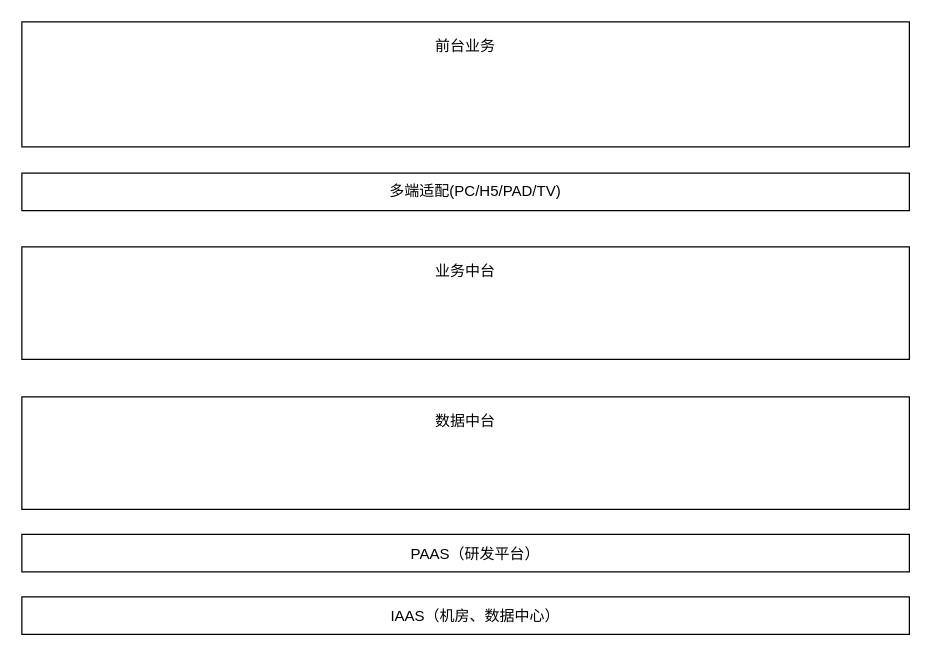
Earlier version of the draw.io diagram basic.drawio (allhaily/hello-world). Source tidied: cells renumbered, new cells numbered last; positions are measured from the earlier drawing's top-left corner, leaving out a move shared by most shapes. Both pictures are drawn from the tidied source at 125%, with x=0, y=0 at pixel (21, 21).
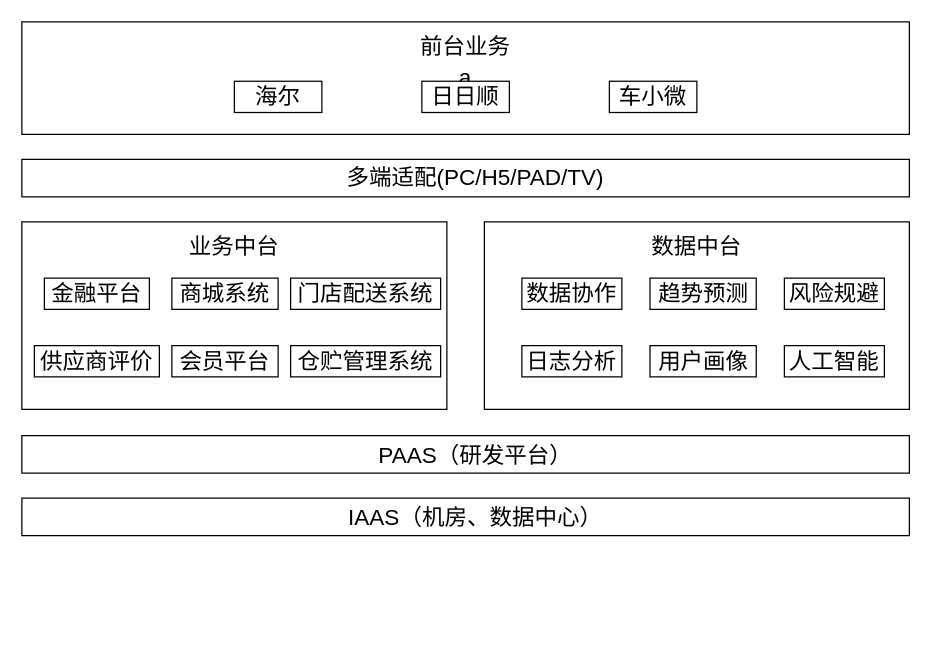
The same diagram, later.

The edit, as a diff of the source:
```diff
@@
-    <mxCell id="2" style="rounded=0;whiteSpace=wrap;html=1;" parent="1" vertex="1">
-      <mxGeometry y="410" width="710" height="30" as="geometry" />
+    <mxCell id="2" style="rounded=0;whiteSpace=wrap;html=1;fontSize=18;" parent="1" vertex="1">
+      <mxGeometry y="331" width="710" height="30" as="geometry" />
     </mxCell>
-    <mxCell id="3" style="rounded=0;whiteSpace=wrap;html=1;" parent="1" vertex="1">
-      <mxGeometry width="710" height="100" as="geometry" />
+    <mxCell id="3" value="a" style="rounded=0;whiteSpace=wrap;html=1;fontSize=18;" parent="1" vertex="1">
+      <mxGeometry width="710" height="90" as="geometry" />
     </mxCell>
-    <mxCell id="4" value="前台业务" style="text;html=1;strokeColor=none;fillColor=none;align=center;verticalAlign=middle;whiteSpace=wrap;rounded=0;" parent="1" vertex="1">
+    <mxCell id="4" value="前台业务" style="text;html=1;strokeColor=none;fillColor=none;align=center;verticalAlign=middle;whiteSpace=wrap;rounded=0;fontSize=18;" parent="1" vertex="1">
       <mxGeometry x="310" y="10" width="90" height="20" as="geometry" />
     </mxCell>
-    <mxCell id="5" value="PAAS（研发平台）" style="text;html=1;strokeColor=none;fillColor=none;align=center;verticalAlign=middle;whiteSpace=wrap;rounded=0;" parent="1" vertex="1">
-      <mxGeometry x="257" y="416" width="212" height="20" as="geometry" />
+    <mxCell id="5" value="PAAS（研发平台）" style="text;html=1;strokeColor=none;fillColor=none;align=center;verticalAlign=middle;whiteSpace=wrap;rounded=0;fontSize=18;" parent="1" vertex="1">
+      <mxGeometry x="257" y="337" width="212" height="20" as="geometry" />
     </mxCell>
-    <mxCell id="6" style="rounded=0;whiteSpace=wrap;html=1;" parent="1" vertex="1">
-      <mxGeometry y="180" width="710" height="90" as="geometry" />
+    <mxCell id="6" style="rounded=0;whiteSpace=wrap;html=1;fontSize=18;" parent="1" vertex="1">
+      <mxGeometry y="160" width="340" height="150" as="geometry" />
     </mxCell>
-    <mxCell id="7" style="rounded=0;whiteSpace=wrap;html=1;" parent="1" vertex="1">
-      <mxGeometry y="300" width="710" height="90" as="geometry" />
+    <mxCell id="7" style="rounded=0;whiteSpace=wrap;html=1;fontSize=18;" parent="1" vertex="1">
+      <mxGeometry x="370" y="160" width="340" height="150" as="geometry" />
     </mxCell>
-    <mxCell id="8" value="业务中台" style="text;html=1;strokeColor=none;fillColor=none;align=center;verticalAlign=middle;whiteSpace=wrap;rounded=0;" parent="1" vertex="1">
-      <mxGeometry x="310" y="190" width="90" height="20" as="geometry" />
+    <mxCell id="8" value="业务中台" style="text;html=1;strokeColor=none;fillColor=none;align=center;verticalAlign=middle;whiteSpace=wrap;rounded=0;fontSize=18;" parent="1" vertex="1">
+      <mxGeometry x="125" y="170" width="90" height="20" as="geometry" />
     </mxCell>
-    <mxCell id="9" style="edgeStyle=orthogonalEdgeStyle;rounded=0;orthogonalLoop=1;jettySize=auto;html=1;exitX=0.5;exitY=1;exitDx=0;exitDy=0;" parent="1" edge="1" source="3" target="3">
+    <mxCell id="9" style="edgeStyle=orthogonalEdgeStyle;rounded=0;orthogonalLoop=1;jettySize=auto;html=1;exitX=0.5;exitY=1;exitDx=0;exitDy=0;fontSize=18;" parent="1" edge="1" source="3" target="3">
       <mxGeometry relative="1" as="geometry" />
     </mxCell>
-    <mxCell id="10" value="数据中台" style="text;html=1;strokeColor=none;fillColor=none;align=center;verticalAlign=middle;whiteSpace=wrap;rounded=0;" parent="1" vertex="1">
-      <mxGeometry x="310" y="310" width="90" height="20" as="geometry" />
+    <mxCell id="10" value="数据中台" style="text;html=1;strokeColor=none;fillColor=none;align=center;verticalAlign=middle;whiteSpace=wrap;rounded=0;fontSize=18;" parent="1" vertex="1">
+      <mxGeometry x="495" y="170" width="90" height="20" as="geometry" />
     </mxCell>
-    <mxCell id="11" style="rounded=0;whiteSpace=wrap;html=1;" parent="1" vertex="1">
-      <mxGeometry y="121" width="710" height="30" as="geometry" />
+    <mxCell id="11" style="rounded=0;whiteSpace=wrap;html=1;fontSize=18;" parent="1" vertex="1">
+      <mxGeometry y="110" width="710" height="30" as="geometry" />
     </mxCell>
-    <mxCell id="12" value="多端适配(PC/H5/PAD/TV)" style="text;html=1;strokeColor=none;fillColor=none;align=center;verticalAlign=middle;whiteSpace=wrap;rounded=0;" parent="1" vertex="1">
-      <mxGeometry x="257" y="126" width="212" height="20" as="geometry" />
+    <mxCell id="12" value="多端适配(PC/H5/PAD/TV)" style="text;html=1;strokeColor=none;fillColor=none;align=center;verticalAlign=middle;whiteSpace=wrap;rounded=0;fontSize=18;" parent="1" vertex="1">
+      <mxGeometry x="257" y="115" width="212" height="20" as="geometry" />
     </mxCell>
-    <mxCell id="13" style="rounded=0;whiteSpace=wrap;html=1;" parent="1" vertex="1">
-      <mxGeometry y="460" width="710" height="30" as="geometry" />
+    <mxCell id="13" style="rounded=0;whiteSpace=wrap;html=1;fontSize=18;" parent="1" vertex="1">
+      <mxGeometry y="381" width="710" height="30" as="geometry" />
     </mxCell>
-    <mxCell id="14" value="IAAS（机房、数据中心）" style="text;html=1;strokeColor=none;fillColor=none;align=center;verticalAlign=middle;whiteSpace=wrap;rounded=0;" parent="1" vertex="1">
-      <mxGeometry x="257" y="466" width="212" height="20" as="geometry" />
+    <mxCell id="14" value="IAAS（机房、数据中心）" style="text;html=1;strokeColor=none;fillColor=none;align=center;verticalAlign=middle;whiteSpace=wrap;rounded=0;fontSize=18;" parent="1" vertex="1">
+      <mxGeometry x="257" y="387" width="212" height="20" as="geometry" />
     </mxCell>
+    <mxCell id="15" value="海尔" style="rounded=0;whiteSpace=wrap;html=1;fontSize=18;" parent="1" vertex="1">
+      <mxGeometry x="170" y="47.5" width="70" height="25" as="geometry" />
+    </mxCell>
+    <mxCell id="16" value="日日顺" style="rounded=0;whiteSpace=wrap;html=1;fontSize=18;" parent="1" vertex="1">
+      <mxGeometry x="320" y="47.5" width="70" height="25" as="geometry" />
+    </mxCell>
+    <mxCell id="17" value="车小微" style="rounded=0;whiteSpace=wrap;html=1;fontSize=18;" parent="1" vertex="1">
+      <mxGeometry x="470" y="47.5" width="70" height="25" as="geometry" />
+    </mxCell>
+    <mxCell id="18" value="商城系统" style="rounded=0;whiteSpace=wrap;html=1;fontSize=18;" parent="1" vertex="1">
+      <mxGeometry x="120" y="205" width="85" height="25" as="geometry" />
+    </mxCell>
+    <mxCell id="19" value="金融平台" style="rounded=0;whiteSpace=wrap;html=1;fontSize=18;" parent="1" vertex="1">
+      <mxGeometry x="18" y="205" width="84" height="25" as="geometry" />
+    </mxCell>
+    <mxCell id="20" value="会员平台" style="rounded=0;whiteSpace=wrap;html=1;fontSize=18;" parent="1" vertex="1">
+      <mxGeometry x="120" y="259" width="85" height="25" as="geometry" />
+    </mxCell>
+    <mxCell id="21" value="仓贮管理系统" style="rounded=0;whiteSpace=wrap;html=1;fontSize=18;" parent="1" vertex="1">
+      <mxGeometry x="215" y="259" width="120" height="25" as="geometry" />
+    </mxCell>
+    <mxCell id="22" value="门店配送系统" style="rounded=0;whiteSpace=wrap;html=1;fontSize=18;" parent="1" vertex="1">
+      <mxGeometry x="215" y="205" width="120" height="25" as="geometry" />
+    </mxCell>
+    <mxCell id="23" value="供应商评价" style="rounded=0;whiteSpace=wrap;html=1;fontSize=18;" parent="1" vertex="1">
+      <mxGeometry x="10" y="259" width="100" height="25" as="geometry" />
+    </mxCell>
+    <mxCell id="24" value="数据协作" style="rounded=0;whiteSpace=wrap;html=1;fontSize=18;" parent="1" vertex="1">
+      <mxGeometry x="400" y="205" width="80" height="25" as="geometry" />
+    </mxCell>
+    <mxCell id="25" value="趋势预测" style="rounded=0;whiteSpace=wrap;html=1;fontSize=18;" parent="1" vertex="1">
+      <mxGeometry x="502.5" y="205" width="85" height="25" as="geometry" />
+    </mxCell>
+    <mxCell id="26" value="日志分析" style="rounded=0;whiteSpace=wrap;html=1;fontSize=18;" parent="1" vertex="1">
+      <mxGeometry x="400" y="259" width="80" height="25" as="geometry" />
+    </mxCell>
+    <mxCell id="27" value="用户画像" style="rounded=0;whiteSpace=wrap;html=1;fontSize=18;" parent="1" vertex="1">
+      <mxGeometry x="502.5" y="259" width="85" height="25" as="geometry" />
+    </mxCell>
+    <mxCell id="28" value="风险规避" style="rounded=0;whiteSpace=wrap;html=1;fontSize=18;" parent="1" vertex="1">
+      <mxGeometry x="610" y="205" width="80" height="25" as="geometry" />
+    </mxCell>
+    <mxCell id="29" value="人工智能" style="rounded=0;whiteSpace=wrap;html=1;fontSize=18;" parent="1" vertex="1">
+      <mxGeometry x="610" y="259" width="80" height="25" as="geometry" />
+    </mxCell>
```
